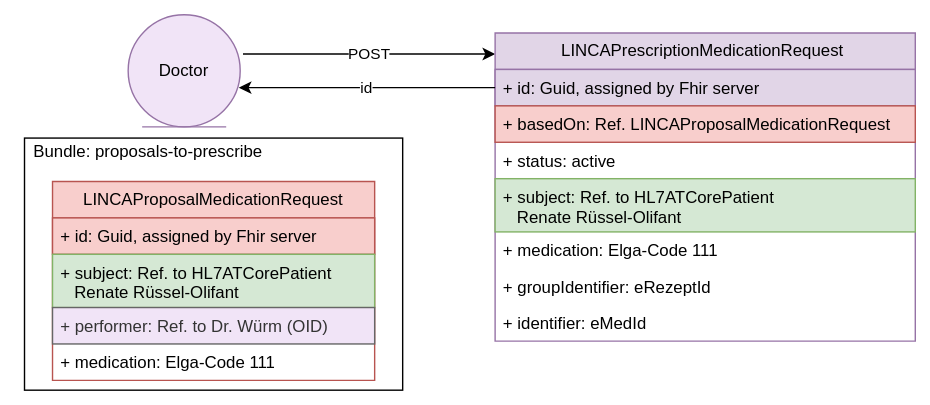
Before: r5-LinkedCare-dev/UserStory_010_diagram.svg, a diagram exported from draw.io (HL7Austria/hl7austria.github.io). Source tidied: cells renumbered, new cells last; positions are measured from the earlier drawing's top-left corner, leaving out a move shared by most shapes.
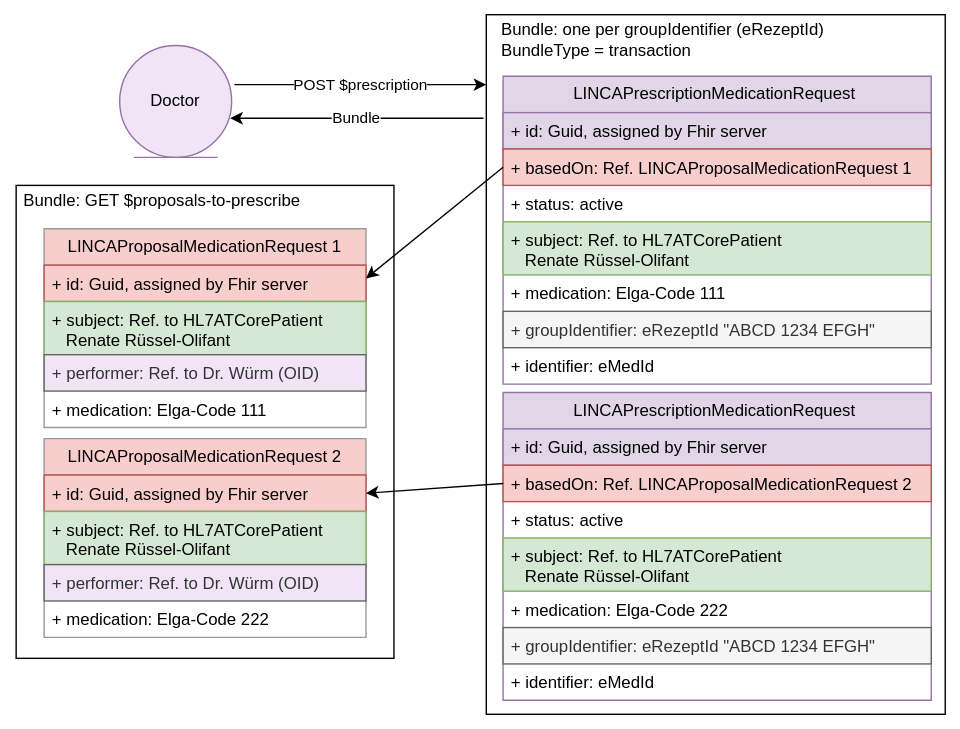
The same diagram one commit later.

What changed in the source:
```diff
@@ -2,46 +2,50 @@
   <root>
     <mxCell id="0" />
     <mxCell id="1" parent="0" />
+    <mxCell id="20" style="rounded=0;whiteSpace=wrap;html=1;" parent="1" vertex="1">
+      <mxGeometry x="343" y="-22" width="328" height="500" as="geometry" />
+    </mxCell>
     <mxCell id="2" style="rounded=0;whiteSpace=wrap;html=1;" parent="1" vertex="1">
-      <mxGeometry x="7" y="88" width="270" height="180" as="geometry" />
+      <mxGeometry x="7" y="100" width="270" height="338" as="geometry" />
     </mxCell>
-    <mxCell id="3" value="POST" style="endArrow=classic;html=1;rounded=0;" parent="1" edge="1">
+    <mxCell id="3" value="POST $prescription" style="endArrow=classic;html=1;rounded=0;" parent="1" edge="1">
       <mxGeometry relative="1" as="geometry">
         <mxPoint x="163" y="28" as="sourcePoint" />
         <mxPoint x="343" y="28" as="targetPoint" />
       </mxGeometry>
     </mxCell>
     <mxCell id="4" value="LINCAPrescriptionMedicationRequest&amp;nbsp;" style="swimlane;fontStyle=0;horizontal=1;startSize=26;fillColor=#e1d5e7;whiteSpace=wrap;html=1;strokeColor=#9673a6;" parent="1" vertex="1">
-      <mxGeometry x="343" y="13" width="300" height="220" as="geometry" />
+      <mxGeometry x="355" y="22" width="306" height="220" as="geometry" />
     </mxCell>
     <mxCell id="5" value="+ id: Guid, assigned by Fhir server" style="text;strokeColor=#9673a6;fillColor=#e1d5e7;align=left;verticalAlign=top;spacingLeft=4;spacingRight=4;overflow=hidden;points=[[0,0.5],[1,0.5]];portConstraint=eastwest;whiteSpace=wrap;html=1;" parent="4" vertex="1">
-      <mxGeometry y="26" width="300" height="26" as="geometry" />
+      <mxGeometry y="26" width="306" height="26" as="geometry" />
     </mxCell>
-    <mxCell id="6" value="+ basedOn: Ref. LINCAProposalMedicationRequest" style="text;strokeColor=#b85450;fillColor=#f8cecc;align=left;verticalAlign=top;spacingLeft=4;spacingRight=4;overflow=hidden;points=[[0,0.5],[1,0.5]];portConstraint=eastwest;whiteSpace=wrap;html=1;" parent="4" vertex="1">
-      <mxGeometry y="52" width="300" height="26" as="geometry" />
+    <mxCell id="6" value="+ basedOn: Ref. LINCAProposalMedicationRequest 1" style="text;strokeColor=#b85450;fillColor=#f8cecc;align=left;verticalAlign=top;spacingLeft=4;spacingRight=4;overflow=hidden;points=[[0,0.5],[1,0.5]];portConstraint=eastwest;whiteSpace=wrap;html=1;" parent="4" vertex="1">
+      <mxGeometry y="52" width="306" height="26" as="geometry" />
     </mxCell>
     <mxCell id="7" value="+ status: active" style="text;align=left;verticalAlign=top;spacingLeft=4;spacingRight=4;overflow=hidden;whiteSpace=wrap;html=1;" parent="4" vertex="1">
-      <mxGeometry y="78" width="300" height="26" as="geometry" />
+      <mxGeometry y="78" width="306" height="26" as="geometry" />
     </mxCell>
     <mxCell id="8" value="+ subject: Ref. to HL7ATCorePatient&amp;nbsp; &lt;br&gt;&amp;nbsp; &amp;nbsp;Renate Rüssel-Olifant" style="text;strokeColor=#82b366;fillColor=#d5e8d4;align=left;verticalAlign=top;spacingLeft=4;spacingRight=4;overflow=hidden;whiteSpace=wrap;html=1;" parent="4" vertex="1">
-      <mxGeometry y="104" width="300" height="38" as="geometry" />
+      <mxGeometry y="104" width="306" height="38" as="geometry" />
     </mxCell>
     <mxCell id="9" value="+ medication: Elga-Code 111" style="text;align=left;verticalAlign=top;spacingLeft=4;spacingRight=4;overflow=hidden;whiteSpace=wrap;html=1;" parent="4" vertex="1">
-      <mxGeometry y="142" width="300" height="26" as="geometry" />
+      <mxGeometry y="142" width="306" height="26" as="geometry" />
     </mxCell>
-    <mxCell id="10" value="+ groupIdentifier: eRezeptId" style="text;align=left;verticalAlign=top;spacingLeft=4;spacingRight=4;overflow=hidden;whiteSpace=wrap;html=1;" parent="4" vertex="1">
-      <mxGeometry y="168" width="300" height="26" as="geometry" />
+    <mxCell id="10" value="+ groupIdentifier: eRezeptId &quot;ABCD 1234 EFGH&quot;" style="text;align=left;verticalAlign=top;spacingLeft=4;spacingRight=4;overflow=hidden;whiteSpace=wrap;html=1;fillColor=#f5f5f5;fontColor=#333333;strokeColor=#666666;" parent="4" vertex="1">
+      <mxGeometry y="168" width="306" height="26" as="geometry" />
     </mxCell>
     <mxCell id="11" value="+ identifier: eMedId" style="text;align=left;verticalAlign=top;spacingLeft=4;spacingRight=4;overflow=hidden;whiteSpace=wrap;html=1;" parent="4" vertex="1">
-      <mxGeometry y="194" width="300" height="26" as="geometry" />
+      <mxGeometry y="194" width="306" height="26" as="geometry" />
     </mxCell>
-    <mxCell id="12" value="id" style="endArrow=classic;html=1;rounded=0;exitX=0;exitY=0.5;exitDx=0;exitDy=0;" parent="1" edge="1" source="5">
-      <mxGeometry relative="1" as="geometry">
+    <mxCell id="12" value="Bundle" style="endArrow=classic;html=1;rounded=0;" parent="1" edge="1">
+      <mxGeometry x="0.01" relative="1" as="geometry">
+        <mxPoint x="341" y="52" as="sourcePoint" />
         <mxPoint x="160" y="52" as="targetPoint" />
       </mxGeometry>
     </mxCell>
-    <mxCell id="13" value="LINCAProposalMedicationRequest" style="swimlane;fontStyle=0;horizontal=1;startSize=26;fillColor=#f8cecc;whiteSpace=wrap;html=1;strokeColor=#b85450;" parent="1" vertex="1">
-      <mxGeometry x="27" y="119" width="230" height="142" as="geometry" />
+    <mxCell id="13" value="LINCAProposalMedicationRequest 1" style="swimlane;fontStyle=0;horizontal=1;startSize=26;fillColor=#f8cecc;whiteSpace=wrap;html=1;strokeColor=#999999;" parent="1" vertex="1">
+      <mxGeometry x="27" y="131" width="230" height="142" as="geometry" />
     </mxCell>
     <mxCell id="14" value="+ id: Guid, assigned by Fhir server" style="text;strokeColor=#b85450;fillColor=#f8cecc;align=left;verticalAlign=top;spacingLeft=4;spacingRight=4;overflow=hidden;whiteSpace=wrap;html=1;" parent="13" vertex="1">
       <mxGeometry y="26" width="230" height="26" as="geometry" />
@@ -55,11 +59,59 @@
     <mxCell id="17" value="+ medication: Elga-Code 111" style="text;align=left;verticalAlign=top;spacingLeft=4;spacingRight=4;overflow=hidden;whiteSpace=wrap;html=1;" parent="13" vertex="1">
       <mxGeometry y="116" width="230" height="26" as="geometry" />
     </mxCell>
-    <mxCell id="18" value="Bundle: proposals-to-prescribe" style="text;html=1;strokeColor=none;fillColor=none;align=center;verticalAlign=middle;whiteSpace=wrap;rounded=0;" parent="1" vertex="1">
-      <mxGeometry y="83" width="191" height="30" as="geometry" />
+    <mxCell id="18" value="Bundle: GET $proposals-to-prescribe" style="text;html=1;strokeColor=none;fillColor=none;align=center;verticalAlign=middle;whiteSpace=wrap;rounded=0;" parent="1" vertex="1">
+      <mxGeometry x="6" y="96" width="211" height="30" as="geometry" />
     </mxCell>
     <mxCell id="19" value="Doctor" style="ellipse;shape=umlEntity;whiteSpace=wrap;html=1;fillColor=#F1E4F7;strokeColor=#9673a6;" parent="1" vertex="1">
       <mxGeometry x="81" width="80" height="80" as="geometry" />
     </mxCell>
+    <mxCell id="21" value="Bundle: one per groupIdentifier (eRezeptId)&lt;br&gt;BundleType = transaction" style="text;html=1;strokeColor=none;fillColor=none;align=left;verticalAlign=middle;whiteSpace=wrap;rounded=0;" parent="1" vertex="1">
+      <mxGeometry x="352" y="-19" width="249" height="30" as="geometry" />
+    </mxCell>
+    <mxCell id="22" value="LINCAProposalMedicationRequest 2" style="swimlane;fontStyle=0;horizontal=1;startSize=26;fillColor=#f8cecc;whiteSpace=wrap;html=1;strokeColor=#999999;" parent="1" vertex="1">
+      <mxGeometry x="27" y="281" width="230" height="142" as="geometry" />
+    </mxCell>
+    <mxCell id="23" value="+ id: Guid, assigned by Fhir server" style="text;strokeColor=#b85450;fillColor=#f8cecc;align=left;verticalAlign=top;spacingLeft=4;spacingRight=4;overflow=hidden;points=[[0,0.5],[1,0.5]];portConstraint=eastwest;whiteSpace=wrap;html=1;" parent="22" vertex="1">
+      <mxGeometry y="26" width="230" height="26" as="geometry" />
+    </mxCell>
+    <mxCell id="24" value="+ subject: Ref. to HL7ATCorePatient&amp;nbsp; &lt;br&gt;&amp;nbsp; &amp;nbsp;Renate Rüssel-Olifant" style="text;strokeColor=#82b366;fillColor=#d5e8d4;align=left;verticalAlign=top;spacingLeft=4;spacingRight=4;overflow=hidden;whiteSpace=wrap;html=1;" parent="22" vertex="1">
+      <mxGeometry y="52" width="230" height="38" as="geometry" />
+    </mxCell>
+    <mxCell id="25" value="+ performer: Ref. to Dr. Würm (OID)" style="text;strokeColor=#666666;fillColor=#F1E4F7;align=left;verticalAlign=top;spacingLeft=4;spacingRight=4;overflow=hidden;whiteSpace=wrap;html=1;fontColor=#333333;" parent="22" vertex="1">
+      <mxGeometry y="90" width="230" height="26" as="geometry" />
+    </mxCell>
+    <mxCell id="26" value="+ medication: Elga-Code 222" style="text;align=left;verticalAlign=top;spacingLeft=4;spacingRight=4;overflow=hidden;whiteSpace=wrap;html=1;" parent="22" vertex="1">
+      <mxGeometry y="116" width="230" height="26" as="geometry" />
+    </mxCell>
+    <mxCell id="27" value="LINCAPrescriptionMedicationRequest&amp;nbsp;" style="swimlane;fontStyle=0;horizontal=1;startSize=26;fillColor=#e1d5e7;whiteSpace=wrap;html=1;strokeColor=#9673a6;" parent="1" vertex="1">
+      <mxGeometry x="355" y="248" width="306" height="220" as="geometry" />
+    </mxCell>
+    <mxCell id="28" value="+ id: Guid, assigned by Fhir server" style="text;strokeColor=#9673a6;fillColor=#e1d5e7;align=left;verticalAlign=top;spacingLeft=4;spacingRight=4;overflow=hidden;whiteSpace=wrap;html=1;" parent="27" vertex="1">
+      <mxGeometry y="26" width="306" height="26" as="geometry" />
+    </mxCell>
+    <mxCell id="29" value="+ basedOn: Ref. LINCAProposalMedicationRequest 2" style="text;strokeColor=#b85450;fillColor=#f8cecc;align=left;verticalAlign=top;spacingLeft=4;spacingRight=4;overflow=hidden;points=[[0,0.5],[1,0.5]];portConstraint=eastwest;whiteSpace=wrap;html=1;" parent="27" vertex="1">
+      <mxGeometry y="52" width="306" height="26" as="geometry" />
+    </mxCell>
+    <mxCell id="30" value="+ status: active" style="text;align=left;verticalAlign=top;spacingLeft=4;spacingRight=4;overflow=hidden;whiteSpace=wrap;html=1;" parent="27" vertex="1">
+      <mxGeometry y="78" width="306" height="26" as="geometry" />
+    </mxCell>
+    <mxCell id="31" value="+ subject: Ref. to HL7ATCorePatient&amp;nbsp; &lt;br&gt;&amp;nbsp; &amp;nbsp;Renate Rüssel-Olifant" style="text;strokeColor=#82b366;fillColor=#d5e8d4;align=left;verticalAlign=top;spacingLeft=4;spacingRight=4;overflow=hidden;whiteSpace=wrap;html=1;" parent="27" vertex="1">
+      <mxGeometry y="104" width="306" height="38" as="geometry" />
+    </mxCell>
+    <mxCell id="32" value="+ medication: Elga-Code 222" style="text;align=left;verticalAlign=top;spacingLeft=4;spacingRight=4;overflow=hidden;whiteSpace=wrap;html=1;" parent="27" vertex="1">
+      <mxGeometry y="142" width="306" height="26" as="geometry" />
+    </mxCell>
+    <mxCell id="33" value="+ groupIdentifier: eRezeptId &quot;ABCD 1234 EFGH&quot;" style="text;align=left;verticalAlign=top;spacingLeft=4;spacingRight=4;overflow=hidden;whiteSpace=wrap;html=1;fillColor=#f5f5f5;fontColor=#333333;strokeColor=#666666;" parent="27" vertex="1">
+      <mxGeometry y="168" width="306" height="26" as="geometry" />
+    </mxCell>
+    <mxCell id="34" value="+ identifier: eMedId" style="text;align=left;verticalAlign=top;spacingLeft=4;spacingRight=4;overflow=hidden;whiteSpace=wrap;html=1;" parent="27" vertex="1">
+      <mxGeometry y="194" width="306" height="26" as="geometry" />
+    </mxCell>
+    <mxCell id="35" style="endArrow=classic;html=1;rounded=0;entryX=1;entryY=0.25;entryDx=0;entryDy=0;exitX=0;exitY=0.5;exitDx=0;exitDy=0;" parent="1" edge="1" source="6" target="13">
+      <mxGeometry relative="1" as="geometry" />
+    </mxCell>
+    <mxCell id="36" style="endArrow=classic;html=1;rounded=0;entryX=1;entryY=0.5;entryDx=0;entryDy=0;exitX=0;exitY=0.5;exitDx=0;exitDy=0;" parent="1" edge="1" source="29" target="23">
+      <mxGeometry relative="1" as="geometry" />
+    </mxCell>
   </root>
 </mxGraphModel>
```
